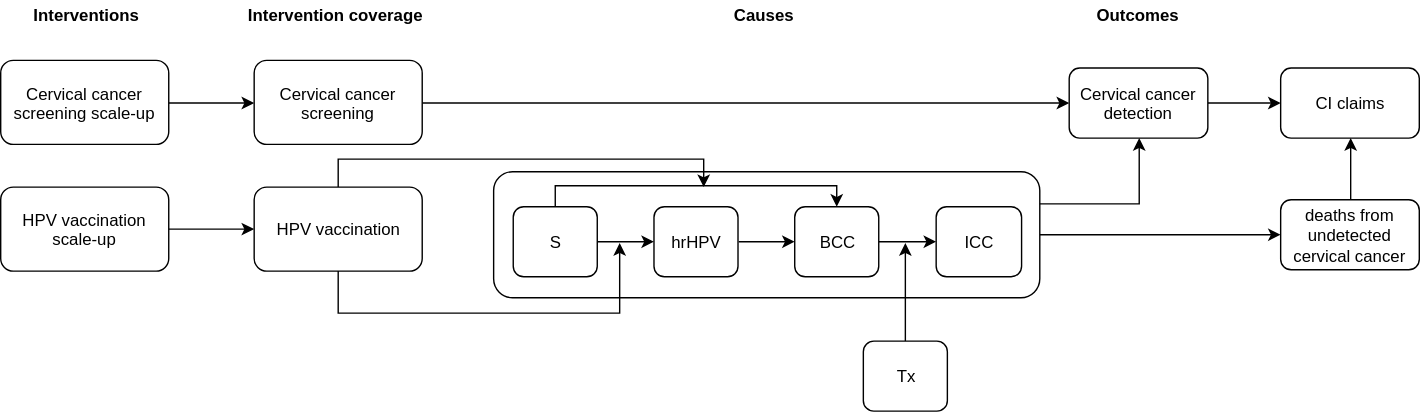
Above: docs/source/concept_models/vivarium_swissre_cervicalcancer/cervical_cancer_concept_model_diagram.svg in ihmeuw/vivarium_research (draw.io), before the change. Source tidied: cells renumbered, new cells last; positions are measured from the earlier drawing's top-left corner, leaving out a move shared by most shapes.
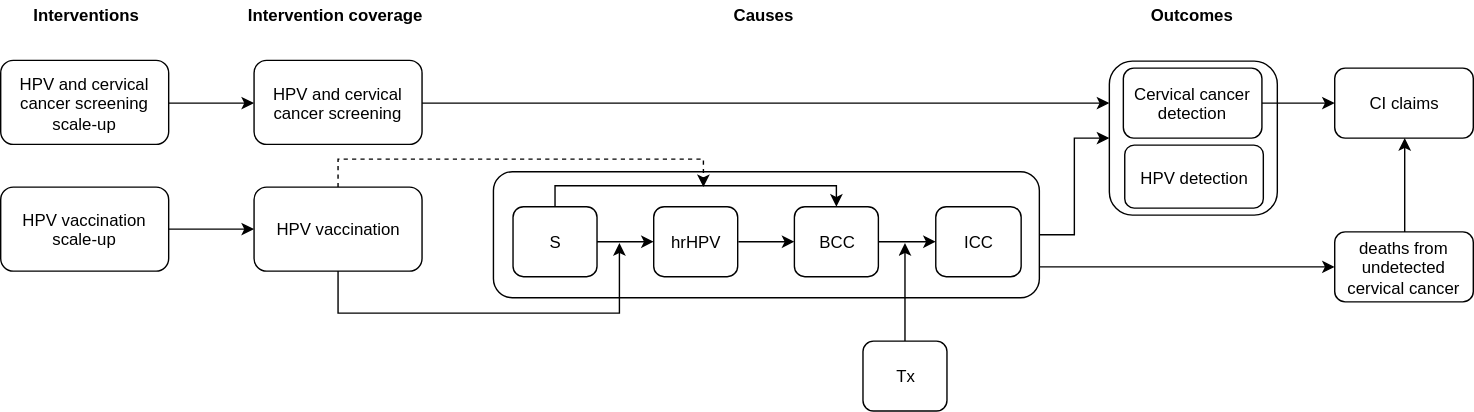
Later version of the same file.

Change to the diagram source:
```diff
@@ -2,7 +2,13 @@
   <root>
     <mxCell id="0" />
     <mxCell id="1" parent="0" />
+    <mxCell id="34" style="rounded=1;whiteSpace=wrap;html=1;" parent="1" vertex="1">
+      <mxGeometry x="792" y="43" width="120" height="110" as="geometry" />
+    </mxCell>
+    <mxCell id="35" style="edgeStyle=orthogonalEdgeStyle;rounded=0;jettySize=auto;html=1;exitX=1;exitY=0.5;exitDx=0;exitDy=0;entryX=0;entryY=0.5;entryDx=0;entryDy=0;" parent="1" edge="1" source="3" target="34">
+      <mxGeometry relative="1" as="geometry" />
+    </mxCell>
-    <mxCell id="2" style="edgeStyle=orthogonalEdgeStyle;rounded=0;jettySize=auto;html=1;exitX=1;exitY=0.5;exitDx=0;exitDy=0;" parent="1" edge="1" source="3" target="28">
+    <mxCell id="2" style="edgeStyle=orthogonalEdgeStyle;rounded=0;jettySize=auto;html=1;exitX=1;exitY=0.75;exitDx=0;exitDy=0;entryX=0;entryY=0.5;entryDx=0;entryDy=0;" parent="1" edge="1" source="3" target="28">
       <mxGeometry relative="1" as="geometry" />
     </mxCell>
     <mxCell id="3" style="rounded=1;whiteSpace=wrap;html=1;" parent="1" vertex="1">
@@ -15,11 +21,8 @@
       <mxGeometry x="174.5" width="133" height="20" as="geometry" />
     </mxCell>
     <mxCell id="6" value="&lt;b&gt;Outcomes&lt;/b&gt;" style="text;html=1;strokeColor=none;fillColor=none;align=left;verticalAlign=middle;whiteSpace=wrap;rounded=0;" parent="1" vertex="1">
-      <mxGeometry x="781" width="63" height="20" as="geometry" />
+      <mxGeometry x="820" width="63" height="20" as="geometry" />
     </mxCell>
-    <mxCell id="7" style="edgeStyle=orthogonalEdgeStyle;rounded=0;jettySize=auto;html=1;exitX=1;exitY=0.25;exitDx=0;exitDy=0;entryX=0.5;entryY=1;entryDx=0;entryDy=0;" parent="1" edge="1" source="3" target="15">
-      <mxGeometry relative="1" as="geometry" />
-    </mxCell>
     <mxCell id="8" value="ICC" style="rounded=1;whiteSpace=wrap;html=1;" parent="1" vertex="1">
       <mxGeometry x="668" y="147" width="61" height="50" as="geometry" />
     </mxCell>
@@ -42,15 +45,15 @@
       <mxGeometry relative="1" as="geometry" />
     </mxCell>
     <mxCell id="15" value="Cervical cancer detection" style="rounded=1;whiteSpace=wrap;html=1;" parent="1" vertex="1">
-      <mxGeometry x="763" y="48" width="99" height="50" as="geometry" />
+      <mxGeometry x="802" y="48" width="99" height="50" as="geometry" />
     </mxCell>
     <mxCell id="16" value="CI claims" style="rounded=1;whiteSpace=wrap;html=1;" parent="1" vertex="1">
-      <mxGeometry x="914" y="48" width="99" height="50" as="geometry" />
+      <mxGeometry x="953" y="48" width="99" height="50" as="geometry" />
     </mxCell>
     <mxCell id="17" style="edgeStyle=orthogonalEdgeStyle;rounded=0;jettySize=auto;html=1;exitX=1;exitY=0.5;exitDx=0;exitDy=0;entryX=0;entryY=0.5;entryDx=0;entryDy=0;" parent="1" edge="1" source="18" target="22">
       <mxGeometry relative="1" as="geometry" />
     </mxCell>
-    <mxCell id="18" value="&lt;span style=&quot;white-space: normal&quot;&gt;Cervical cancer screening scale-up&lt;/span&gt;" style="rounded=1;whiteSpace=wrap;html=1;" parent="1" vertex="1">
+    <mxCell id="18" value="&lt;span style=&quot;white-space: normal&quot;&gt;HPV and cervical cancer screening scale-up&lt;/span&gt;" style="rounded=1;whiteSpace=wrap;html=1;" parent="1" vertex="1">
       <mxGeometry y="42.5" width="120" height="60" as="geometry" />
     </mxCell>
     <mxCell id="19" style="edgeStyle=orthogonalEdgeStyle;rounded=0;jettySize=auto;html=1;exitX=1;exitY=0.5;exitDx=0;exitDy=0;entryX=0;entryY=0.5;entryDx=0;entryDy=0;" parent="1" edge="1" source="20" target="25">
@@ -59,10 +62,12 @@
     <mxCell id="20" value="&lt;span style=&quot;white-space: normal&quot;&gt;HPV vaccination scale-up&lt;/span&gt;" style="rounded=1;whiteSpace=wrap;html=1;" parent="1" vertex="1">
       <mxGeometry y="133" width="120" height="60" as="geometry" />
     </mxCell>
-    <mxCell id="21" style="edgeStyle=orthogonalEdgeStyle;rounded=0;jettySize=auto;html=1;exitX=1;exitY=0.5;exitDx=0;exitDy=0;entryX=0;entryY=0.5;entryDx=0;entryDy=0;" parent="1" edge="1" source="22" target="15">
-      <mxGeometry relative="1" as="geometry" />
-    </mxCell>
+    <mxCell id="36" style="edgeStyle=orthogonalEdgeStyle;rounded=0;jettySize=auto;html=1;exitX=1;exitY=0.5;exitDx=0;exitDy=0;" parent="1" edge="1" source="22">
+      <mxGeometry relative="1" as="geometry">
+        <mxPoint x="792" y="73" as="targetPoint" />
+      </mxGeometry>
+    </mxCell>
-    <mxCell id="22" value="&lt;span style=&quot;white-space: normal&quot;&gt;Cervical cancer screening&lt;/span&gt;" style="rounded=1;whiteSpace=wrap;html=1;" parent="1" vertex="1">
+    <mxCell id="22" value="&lt;span style=&quot;white-space: normal&quot;&gt;HPV and cervical cancer screening&lt;/span&gt;" style="rounded=1;whiteSpace=wrap;html=1;" parent="1" vertex="1">
       <mxGeometry x="181" y="42.5" width="120" height="60" as="geometry" />
     </mxCell>
     <mxCell id="23" style="edgeStyle=orthogonalEdgeStyle;rounded=0;jettySize=auto;html=1;exitX=0.5;exitY=1;exitDx=0;exitDy=0;" parent="1" edge="1" source="25">
@@ -74,7 +79,7 @@
         </Array>
       </mxGeometry>
     </mxCell>
-    <mxCell id="24" style="edgeStyle=orthogonalEdgeStyle;rounded=0;jettySize=auto;html=1;exitX=0.5;exitY=0;exitDx=0;exitDy=0;" parent="1" edge="1" source="25">
+    <mxCell id="24" style="edgeStyle=orthogonalEdgeStyle;rounded=0;jettySize=auto;html=1;exitX=0.5;exitY=0;exitDx=0;exitDy=0;dashed=1;" parent="1" edge="1" source="25">
       <mxGeometry relative="1" as="geometry">
         <mxPoint x="502" y="133" as="targetPoint" />
         <Array as="points">
@@ -93,7 +98,7 @@
       <mxGeometry relative="1" as="geometry" />
     </mxCell>
     <mxCell id="28" value="deaths from undetected cervical cancer" style="rounded=1;whiteSpace=wrap;html=1;" parent="1" vertex="1">
-      <mxGeometry x="914" y="142" width="99" height="50" as="geometry" />
+      <mxGeometry x="953" y="165" width="99" height="50" as="geometry" />
     </mxCell>
     <mxCell id="29" style="edgeStyle=none;rounded=0;jettySize=auto;html=1;exitX=1;exitY=0.5;exitDx=0;exitDy=0;" parent="1" edge="1" source="31" target="12">
       <mxGeometry relative="1" as="geometry" />
@@ -117,5 +122,8 @@
     <mxCell id="33" value="Tx" style="rounded=1;whiteSpace=wrap;html=1;" parent="1" vertex="1">
       <mxGeometry x="616" y="243" width="60" height="50" as="geometry" />
     </mxCell>
+    <mxCell id="37" value="HPV detection" style="rounded=1;whiteSpace=wrap;html=1;" parent="1" vertex="1">
+      <mxGeometry x="803" y="103" width="99" height="45" as="geometry" />
+    </mxCell>
   </root>
 </mxGraphModel>
```
